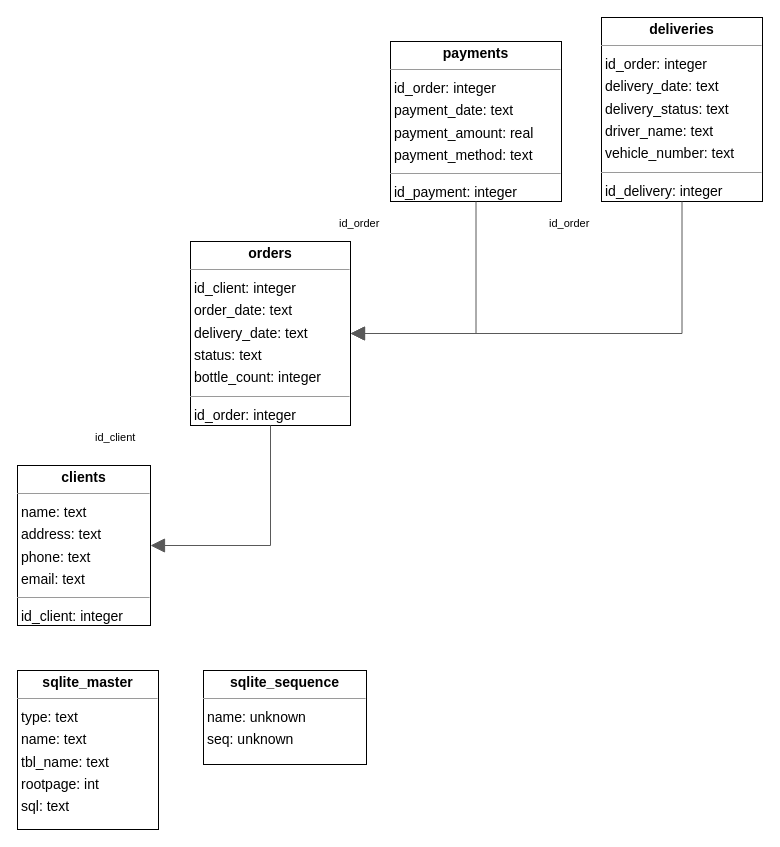
This is emil_datalogical_model.drawio from knorke102/schemes, a draw.io file, before an edit. Source tidied: cells renumbered, new cells numbered last; positions are measured from the earlier drawing's top-left corner, leaving out a move shared by most shapes. Both pictures are drawn from the tidied source at 100%, with x=0, y=0 at pixel (17, 17).
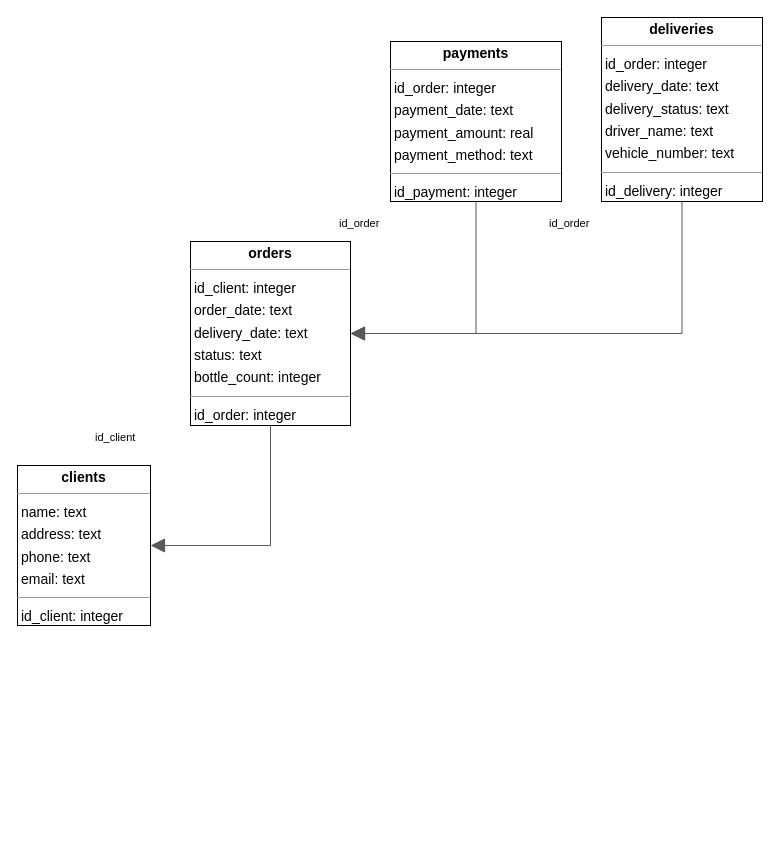
Above is the later version.

What changed in the source:
```diff
@@
 <mxGraphModel>
   <root>
     <mxCell id="0" />
     <mxCell id="1" parent="0" />
     <mxCell id="2" value="&lt;p style=&quot;margin:0px;margin-top:4px;text-align:center;&quot;&gt;&lt;b&gt;clients&lt;/b&gt;&lt;/p&gt;&lt;hr size=&quot;1&quot;/&gt;&lt;p style=&quot;margin:0 0 0 4px;line-height:1.6;&quot;&gt; name: text&lt;br/&gt; address: text&lt;br/&gt; phone: text&lt;br/&gt; email: text&lt;/p&gt;&lt;hr size=&quot;1&quot;/&gt;&lt;p style=&quot;margin:0 0 0 4px;line-height:1.6;&quot;&gt; id_client: integer&lt;/p&gt;" style="verticalAlign=top;align=left;overflow=fill;fontSize=14;fontFamily=Helvetica;html=1;rounded=0;shadow=0;comic=0;labelBackgroundColor=none;strokeWidth=1;" parent="1" vertex="1">
       <mxGeometry y="448" width="133" height="160" as="geometry" />
     </mxCell>
     <mxCell id="3" value="&lt;p style=&quot;margin:0px;margin-top:4px;text-align:center;&quot;&gt;&lt;b&gt;deliveries&lt;/b&gt;&lt;/p&gt;&lt;hr size=&quot;1&quot;/&gt;&lt;p style=&quot;margin:0 0 0 4px;line-height:1.6;&quot;&gt; id_order: integer&lt;br/&gt; delivery_date: text&lt;br/&gt; delivery_status: text&lt;br/&gt; driver_name: text&lt;br/&gt; vehicle_number: text&lt;/p&gt;&lt;hr size=&quot;1&quot;/&gt;&lt;p style=&quot;margin:0 0 0 4px;line-height:1.6;&quot;&gt; id_delivery: integer&lt;/p&gt;" style="verticalAlign=top;align=left;overflow=fill;fontSize=14;fontFamily=Helvetica;html=1;rounded=0;shadow=0;comic=0;labelBackgroundColor=none;strokeWidth=1;" parent="1" vertex="1">
       <mxGeometry x="584" width="161" height="184" as="geometry" />
     </mxCell>
     <mxCell id="4" value="&lt;p style=&quot;margin:0px;margin-top:4px;text-align:center;&quot;&gt;&lt;b&gt;orders&lt;/b&gt;&lt;/p&gt;&lt;hr size=&quot;1&quot;/&gt;&lt;p style=&quot;margin:0 0 0 4px;line-height:1.6;&quot;&gt; id_client: integer&lt;br/&gt; order_date: text&lt;br/&gt; delivery_date: text&lt;br/&gt; status: text&lt;br/&gt; bottle_count: integer&lt;/p&gt;&lt;hr size=&quot;1&quot;/&gt;&lt;p style=&quot;margin:0 0 0 4px;line-height:1.6;&quot;&gt; id_order: integer&lt;/p&gt;" style="verticalAlign=top;align=left;overflow=fill;fontSize=14;fontFamily=Helvetica;html=1;rounded=0;shadow=0;comic=0;labelBackgroundColor=none;strokeWidth=1;" parent="1" vertex="1">
       <mxGeometry x="173" y="224" width="160" height="184" as="geometry" />
     </mxCell>
     <mxCell id="5" value="&lt;p style=&quot;margin:0px;margin-top:4px;text-align:center;&quot;&gt;&lt;b&gt;payments&lt;/b&gt;&lt;/p&gt;&lt;hr size=&quot;1&quot;/&gt;&lt;p style=&quot;margin:0 0 0 4px;line-height:1.6;&quot;&gt; id_order: integer&lt;br/&gt; payment_date: text&lt;br/&gt; payment_amount: real&lt;br/&gt; payment_method: text&lt;/p&gt;&lt;hr size=&quot;1&quot;/&gt;&lt;p style=&quot;margin:0 0 0 4px;line-height:1.6;&quot;&gt; id_payment: integer&lt;/p&gt;" style="verticalAlign=top;align=left;overflow=fill;fontSize=14;fontFamily=Helvetica;html=1;rounded=0;shadow=0;comic=0;labelBackgroundColor=none;strokeWidth=1;" parent="1" vertex="1">
       <mxGeometry x="373" y="24" width="171" height="160" as="geometry" />
     </mxCell>
-    <mxCell id="6" value="&lt;p style=&quot;margin:0px;margin-top:4px;text-align:center;&quot;&gt;&lt;b&gt;sqlite_master&lt;/b&gt;&lt;/p&gt;&lt;hr size=&quot;1&quot;/&gt;&lt;p style=&quot;margin:0 0 0 4px;line-height:1.6;&quot;&gt; type: text&lt;br/&gt; name: text&lt;br/&gt; tbl_name: text&lt;br/&gt; rootpage: int&lt;br/&gt; sql: text&lt;/p&gt;" style="verticalAlign=top;align=left;overflow=fill;fontSize=14;fontFamily=Helvetica;html=1;rounded=0;shadow=0;comic=0;labelBackgroundColor=none;strokeWidth=1;" parent="1" vertex="1">
-      <mxGeometry y="653" width="141" height="159" as="geometry" />
-    </mxCell>
-    <mxCell id="7" value="&lt;p style=&quot;margin:0px;margin-top:4px;text-align:center;&quot;&gt;&lt;b&gt;sqlite_sequence&lt;/b&gt;&lt;/p&gt;&lt;hr size=&quot;1&quot;/&gt;&lt;p style=&quot;margin:0 0 0 4px;line-height:1.6;&quot;&gt; name: unknown&lt;br/&gt; seq: unknown&lt;/p&gt;" style="verticalAlign=top;align=left;overflow=fill;fontSize=14;fontFamily=Helvetica;html=1;rounded=0;shadow=0;comic=0;labelBackgroundColor=none;strokeWidth=1;" parent="1" vertex="1">
-      <mxGeometry x="186" y="653" width="163" height="94" as="geometry" />
-    </mxCell>
     <mxCell id="8" style="html=1;rounded=0;edgeStyle=orthogonalEdgeStyle;dashed=0;startArrow=none;endArrow=block;endSize=12;strokeColor=#595959;exitX=0.500;exitY=1.000;exitDx=0;exitDy=0;entryX=1.000;entryY=0.500;entryDx=0;entryDy=0;" parent="1" edge="1" source="3" target="4">
       <mxGeometry relative="1" as="geometry">
         <Array as="points">
           <mxPoint x="665" y="316" />
         </Array>
       </mxGeometry>
     </mxCell>
     <mxCell id="9" value="id_order" style="edgeLabel;html=1;align=left;verticalAlign=top;strokeColor=default;" parent="8" vertex="1">
       <mxGeometry x="530" y="193" as="geometry" />
     </mxCell>
     <mxCell id="10" style="html=1;rounded=0;edgeStyle=orthogonalEdgeStyle;dashed=0;startArrow=none;endArrow=block;endSize=12;strokeColor=#595959;exitX=0.500;exitY=1.000;exitDx=0;exitDy=0;entryX=1.000;entryY=0.500;entryDx=0;entryDy=0;" parent="1" edge="1" source="4" target="2">
       <mxGeometry relative="1" as="geometry">
         <Array as="points">
           <mxPoint x="253" y="528" />
         </Array>
       </mxGeometry>
     </mxCell>
     <mxCell id="11" value="id_client" style="edgeLabel;html=1;align=left;verticalAlign=top;strokeColor=default;" parent="10" vertex="1">
       <mxGeometry x="76" y="407" as="geometry" />
     </mxCell>
     <mxCell id="12" style="html=1;rounded=0;edgeStyle=orthogonalEdgeStyle;dashed=0;startArrow=none;endArrow=block;endSize=12;strokeColor=#595959;exitX=0.500;exitY=1.000;exitDx=0;exitDy=0;entryX=1.000;entryY=0.500;entryDx=0;entryDy=0;" parent="1" edge="1" source="5" target="4">
       <mxGeometry relative="1" as="geometry">
         <Array as="points">
           <mxPoint x="459" y="316" />
         </Array>
       </mxGeometry>
     </mxCell>
     <mxCell id="13" value="id_order" style="edgeLabel;html=1;align=left;verticalAlign=top;strokeColor=default;" parent="12" vertex="1">
       <mxGeometry x="320" y="193" as="geometry" />
     </mxCell>
   </root>
 </mxGraphModel>
```
